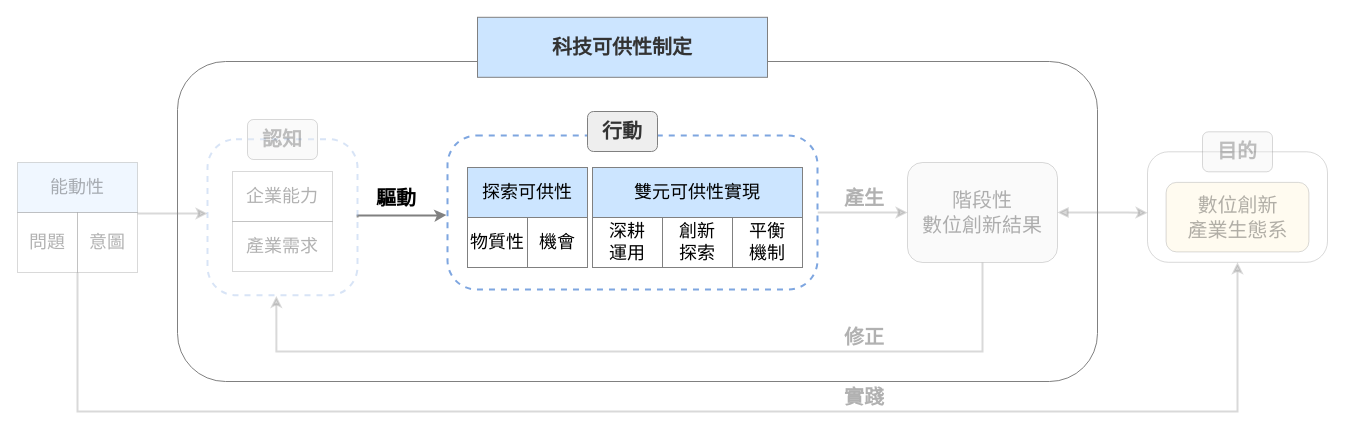
The draw.io diagram 論文ver1/圖片/簡報研究架構圖片/frontier enactment theroy_v10制定行動.drawio in carina419/NTUST, before the edit. Source tidied: cells renumbered, new cells numbered last; positions are measured from the earlier drawing's top-left corner, leaving out a move shared by most shapes. Both pictures are drawn from the tidied source at 100%, with x=0, y=0 at pixel (17, 17).
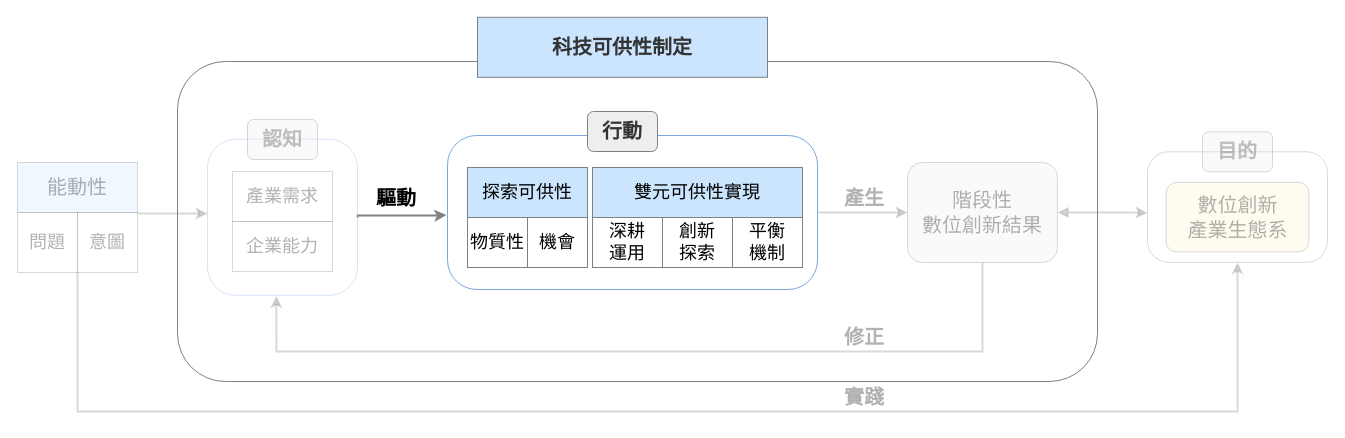
After the change.

The change refers to these unchanged cells:
```xml
<mxCell id="18" style="group;textOpacity=30;opacity=30;" parent="1" vertex="1">
  <mxGeometry y="145" width="120" height="110" as="geometry" />
</mxCell>
<mxCell id="22" style="group;" parent="1" vertex="1">
  <mxGeometry x="190" y="102" width="150" height="175.8" as="geometry" />
</mxCell>
<mxCell id="25" style="group;" parent="22" vertex="1">
  <mxGeometry x="25" y="52" width="100" height="100" as="geometry" />
</mxCell>
```

What changed in the source:
```diff
@@
-    <mxCell id="21" value="能動性" style="rounded=0;whiteSpace=wrap;html=1;fontFamily=標楷體;fontSize=18;fontStyle=0;fillColor=#cce5ff;strokeColor=#808080;align=center;verticalAlign=middle;fontColor=default;textOpacity=30;opacity=30;" parent="18" vertex="1">
+    <mxCell id="21" value="&lt;font style=&quot;font-size: 20px;&quot;&gt;能動性&lt;/font&gt;" style="rounded=0;whiteSpace=wrap;html=1;fontFamily=標楷體;fontSize=18;fontStyle=0;fillColor=#cce5ff;strokeColor=#808080;align=center;verticalAlign=middle;fontColor=default;textOpacity=30;opacity=30;" parent="18" vertex="1">
       <mxGeometry width="120" height="50" as="geometry" />
     </mxCell>
@@
-    <mxCell id="23" style="rounded=1;whiteSpace=wrap;html=1;strokeWidth=2;dashed=1;fontFamily=標楷體;fontSize=18;fontStyle=0;strokeColor=#7EA6E0;align=center;verticalAlign=middle;arcSize=19;fontColor=default;fillColor=default;textOpacity=30;opacity=30;" parent="22" vertex="1">
+    <mxCell id="23" style="rounded=1;whiteSpace=wrap;html=1;strokeWidth=1;fontFamily=標楷體;fontSize=18;fontStyle=0;strokeColor=#7EA6E0;align=center;verticalAlign=middle;arcSize=19;fontColor=default;fillColor=default;textOpacity=30;opacity=30;" parent="22" vertex="1">
       <mxGeometry y="19.7" width="150" height="156.1" as="geometry" />
     </mxCell>
@@
-    <mxCell id="26" value="企業能力" style="rounded=0;whiteSpace=wrap;html=1;fontFamily=標楷體;fontSize=18;fontStyle=0;fillColor=default;strokeColor=#808080;align=center;verticalAlign=middle;fontColor=default;textOpacity=30;opacity=30;" parent="25" vertex="1">
+    <mxCell id="26" value="產業需求" style="rounded=0;whiteSpace=wrap;html=1;fontFamily=標楷體;fontSize=18;fontStyle=0;fillColor=default;strokeColor=#808080;align=center;verticalAlign=middle;fontColor=default;textOpacity=30;opacity=30;" parent="25" vertex="1">
       <mxGeometry width="100" height="50" as="geometry" />
     </mxCell>
-    <mxCell id="27" value="產業需求" style="rounded=0;whiteSpace=wrap;html=1;fontFamily=標楷體;fontSize=18;fontStyle=0;strokeColor=#808080;align=center;verticalAlign=middle;fontColor=default;fillColor=default;textOpacity=30;opacity=30;" parent="25" vertex="1">
+    <mxCell id="27" value="企業能力" style="rounded=0;whiteSpace=wrap;html=1;fontFamily=標楷體;fontSize=18;fontStyle=0;strokeColor=#808080;align=center;verticalAlign=middle;fontColor=default;fillColor=default;textOpacity=30;opacity=30;" parent="25" vertex="1">
       <mxGeometry y="50" width="100" height="50" as="geometry" />
     </mxCell>
@@
-    <mxCell id="29" style="rounded=1;whiteSpace=wrap;html=1;strokeWidth=2;dashed=1;fontFamily=標楷體;fontSize=18;fontStyle=0;arcSize=19;strokeColor=#7EA6E0;" parent="1" vertex="1">
+    <mxCell id="29" style="rounded=1;whiteSpace=wrap;html=1;strokeWidth=1;fontFamily=標楷體;fontSize=18;fontStyle=0;arcSize=19;strokeColor=#7EA6E0;" parent="1" vertex="1">
       <mxGeometry x="430" y="118" width="370" height="154" as="geometry" />
     </mxCell>
```
